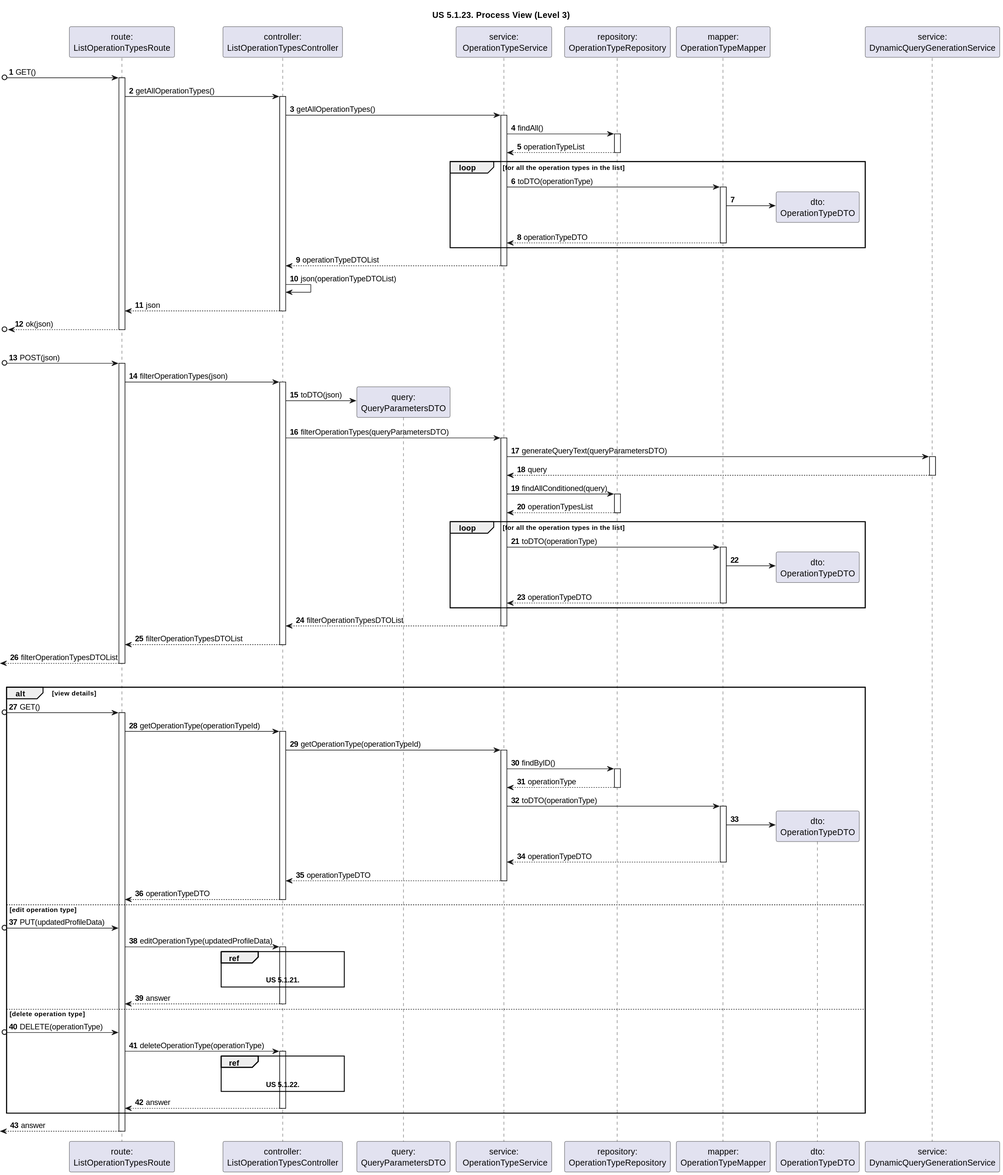
This is docs/sprint-1/1221933/us-5.1.23/diagrams/n3/process-view-nivel3.svg from rita-barbosa/LAPR5-2425, a PlantUML export, as it was before one commit.
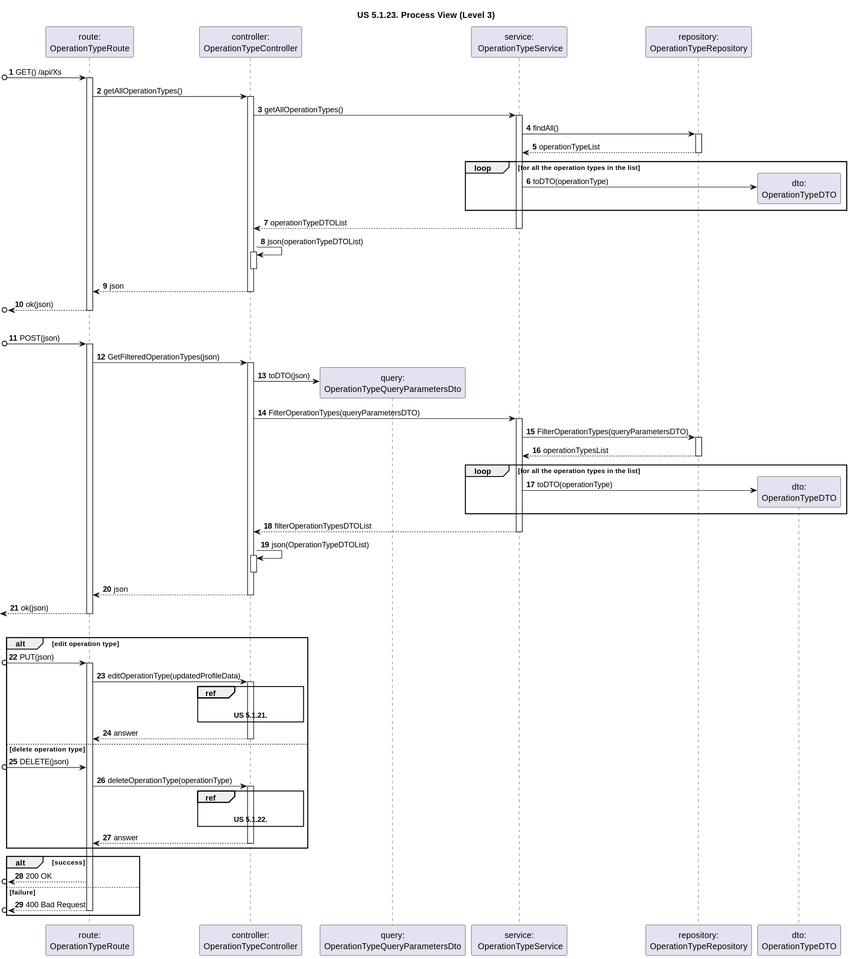
After the change.

Diff of the diagram source:
```diff
@@ -3,17 +3,14 @@
 title "US 5.1.23. Process View (Level 3)"
 autonumber
 
-participant "route:\nListOperationTypesRoute" as ROUTE
-participant "controller:\nListOperationTypesController" as CTRL
-participant "query:\nQueryParametersDTO" as QueryDTO
+participant "route:\nOperationTypeRoute" as ROUTE
+participant "controller:\nOperationTypeController" as CTRL
+participant "query:\nOperationTypeQueryParametersDto" as QueryDTO
 participant "service:\n OperationTypeService" as SER
 participant "repository:\nOperationTypeRepository" as REPO
-participant "mapper:\nOperationTypeMapper" as MAPPER
 participant "dto:\nOperationTypeDTO" as DTO
-participant "service:\nDynamicQueryGenerationService" as QUERYServ
 
-
-[o-> ROUTE : GET()
+[o-> ROUTE : GET() /api/Xs
 activate ROUTE
 
 ROUTE -> CTRL : getAllOperationTypes()
@@ -29,13 +26,8 @@
 deactivate REPO
 
     loop for all the operation types in the list
-        SER -> MAPPER : toDTO(operationType)
-        activate MAPPER
+        SER -> DTO ** : toDTO(operationType)
 
-        MAPPER -> DTO **
-
-        MAPPER --> SER : operationTypeDTO
-        deactivate MAPPER
     end loop
 
 SER --> CTRL : operationTypeDTOList
@@ -43,6 +35,8 @@
 
 
 CTRL -> CTRL : json(operationTypeDTOList)
+activate CTRL
+deactivate CTRL
 
 CTRL --> ROUTE : json
 deactivate CTRL
@@ -55,82 +49,44 @@
 [o-> ROUTE : POST(json)
 activate ROUTE
 
-ROUTE -> CTRL : filterOperationTypes(json)
+ROUTE -> CTRL : GetFilteredOperationTypes(json)
 activate CTRL
 
 CTRL -> QueryDTO ** : toDTO(json)
 
-CTRL -> SER : filterOperationTypes(queryParametersDTO)
+CTRL -> SER : FilterOperationTypes(queryParametersDTO)
 activate SER
 
-SER -> QUERYServ : generateQueryText(queryParametersDTO)
-activate QUERYServ
 
-QUERYServ --> SER : query
-deactivate QUERYServ
-
-SER -> REPO : findAllConditioned(query)
+SER -> REPO : FilterOperationTypes(queryParametersDTO)
 activate REPO
 
 REPO --> SER : operationTypesList
 deactivate REPO
 
     loop for all the operation types in the list
-        SER -> MAPPER : toDTO(operationType)
-        activate MAPPER
-
-        MAPPER -> DTO **
-
-        MAPPER --> SER : operationTypeDTO
-        deactivate MAPPER
+        SER -> DTO ** : toDTO(operationType)
     end loop
 
 SER --> CTRL : filterOperationTypesDTOList
 deactivate SER
 
-CTRL --> ROUTE : filterOperationTypesDTOList
+CTRL -> CTRL : json(OperationTypeDTOList)
+activate CTRL
 deactivate CTRL
 
-<-- ROUTE : filterOperationTypesDTOList
+CTRL --> ROUTE : json
+deactivate CTRL
+
+<-- ROUTE : ok(json)
 deactivate ROUTE
 
 |||
 
-alt view details
+alt edit operation type
 
-[o-> ROUTE : GET()
-activate ROUTE
-
-ROUTE -> CTRL : getOperationType(operationTypeId)
-activate CTRL
-
-CTRL -> SER : getOperationType(operationTypeId)
-activate SER
-
-SER -> REPO : findByID()
-activate REPO
-
-REPO --> SER : operationType
-deactivate REPO
-        SER -> MAPPER : toDTO(operationType)
-        activate MAPPER
-
-        MAPPER -> DTO **
-
-        MAPPER --> SER : operationTypeDTO
-        deactivate MAPPER
-
-SER --> CTRL : operationTypeDTO
-deactivate SER
-
-
-CTRL --> ROUTE : operationTypeDTO
-deactivate CTRL
-
-
-else edit operation type
-
-    [o-> ROUTE : PUT(updatedProfileData)
+    [o-> ROUTE : PUT(json)
+    activate ROUTE
 
     ROUTE -> CTRL : editOperationType(updatedProfileData)
     activate CTRL
@@ -145,7 +101,7 @@
 
 else delete operation type
 
-    [o-> ROUTE : DELETE(operationType)
+    [o-> ROUTE : DELETE(json)
 
     ROUTE -> CTRL : deleteOperationType(operationType)
     activate CTRL
@@ -160,6 +116,12 @@
 
 end alt
 
-<-- ROUTE : answer
+alt success
+[o<-- ROUTE : 200 OK
+
+else failure
+
+[o<-- ROUTE : 400 Bad Request
 deactivate ROUTE
+end alt
 @enduml
```
